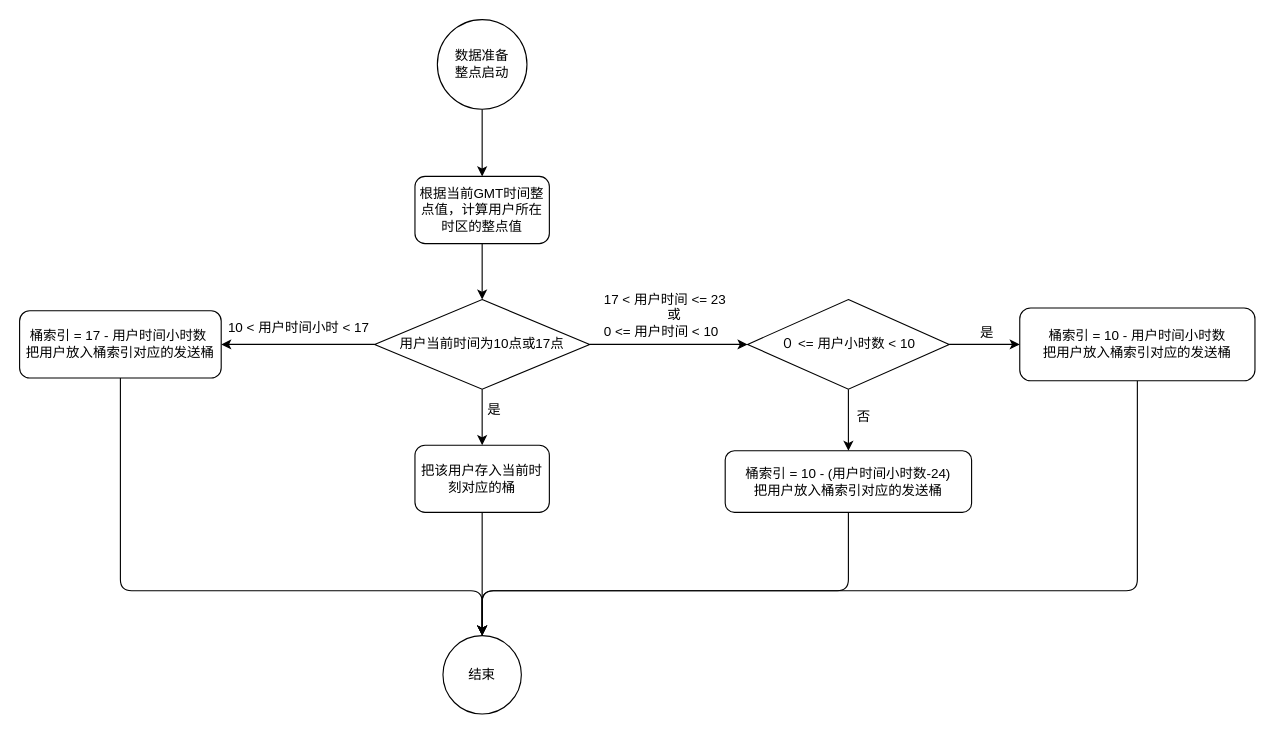
The draw.io diagram 时区计算流程.drawio in xfbxag/weijia, before the edit. Source tidied: cells renumbered, new cells numbered last; positions are measured from the earlier drawing's top-left corner, leaving out a move shared by most shapes. Both pictures are drawn from the tidied source at 112%, with x=0, y=0 at pixel (19, 19).
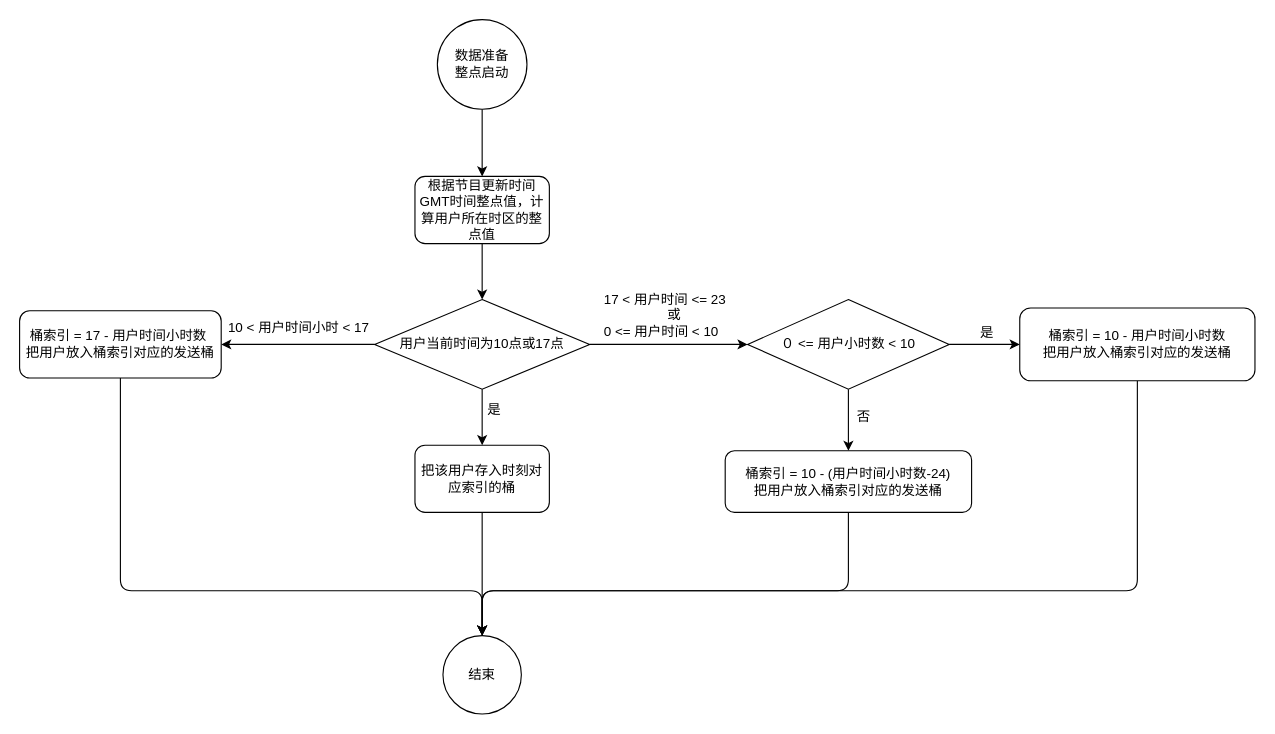
The same diagram, later.

Commit message:
Update 时区计算流程.drawio

Change to the diagram source:
```diff
@@
-    <mxCell id="2" value="根据当前GMT时间整点值，计算用户所在时区的整点值" style="rounded=1;whiteSpace=wrap;html=1;" parent="1" vertex="1">
+    <mxCell id="2" value="根据节目更新时间GMT时间整点值，计算用户所在时区的整点值" style="rounded=1;whiteSpace=wrap;html=1;" parent="1" vertex="1">
       <mxGeometry x="353" y="140" width="120" height="60" as="geometry" />
     </mxCell>
@@
-    <mxCell id="10" value="把该用户存入当前时刻对应的桶" style="rounded=1;whiteSpace=wrap;html=1;" parent="1" vertex="1">
+    <mxCell id="10" value="把该用户存入时刻对应索引的桶" style="rounded=1;whiteSpace=wrap;html=1;" parent="1" vertex="1">
       <mxGeometry x="353" y="380" width="120" height="60" as="geometry" />
     </mxCell>
```
